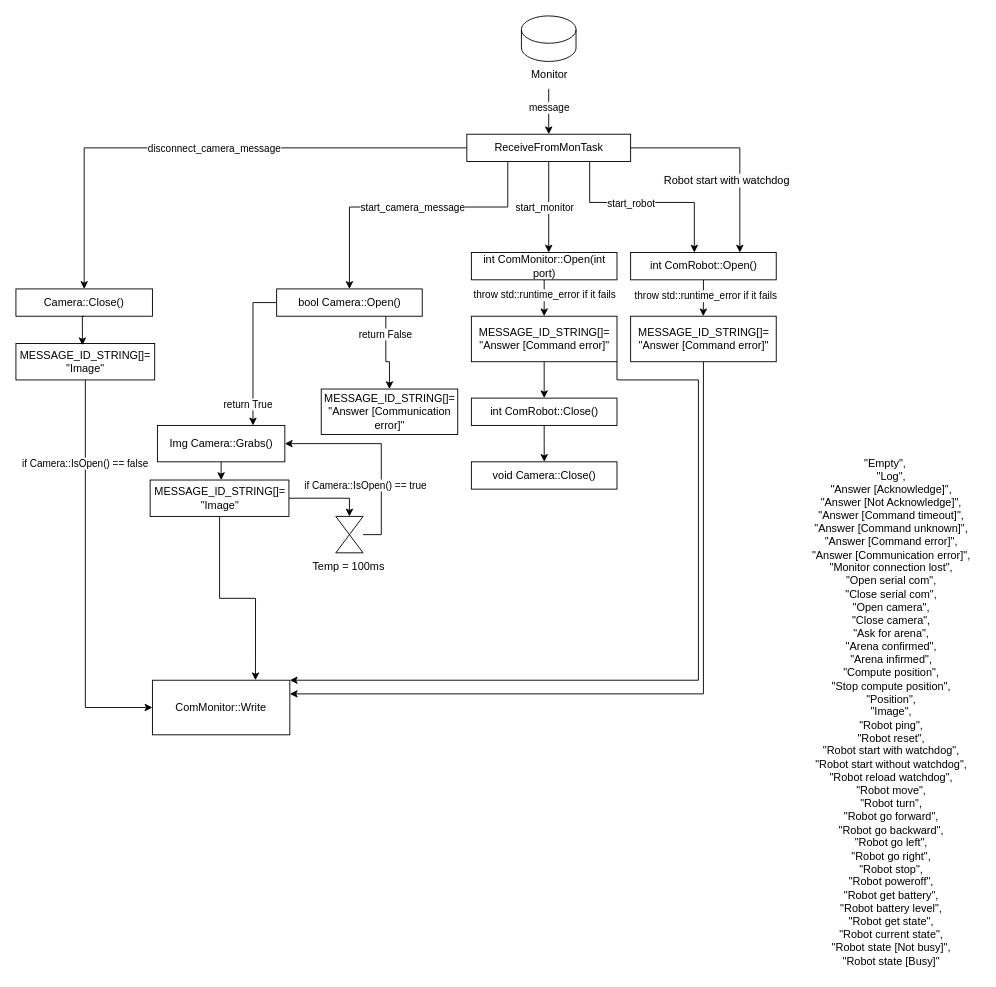
Earlier version of the draw.io diagram page "Page-2" (2 of 2) of Diagrama sem nome.drawio (Ruba008/BE_temps_reel). Source tidied: cells renumbered, new cells numbered last; positions are measured from the earlier drawing's top-left corner, leaving out a move shared by most shapes. Both pictures are drawn from the tidied source at 91%, with x=0, y=0 at pixel (15, 15).
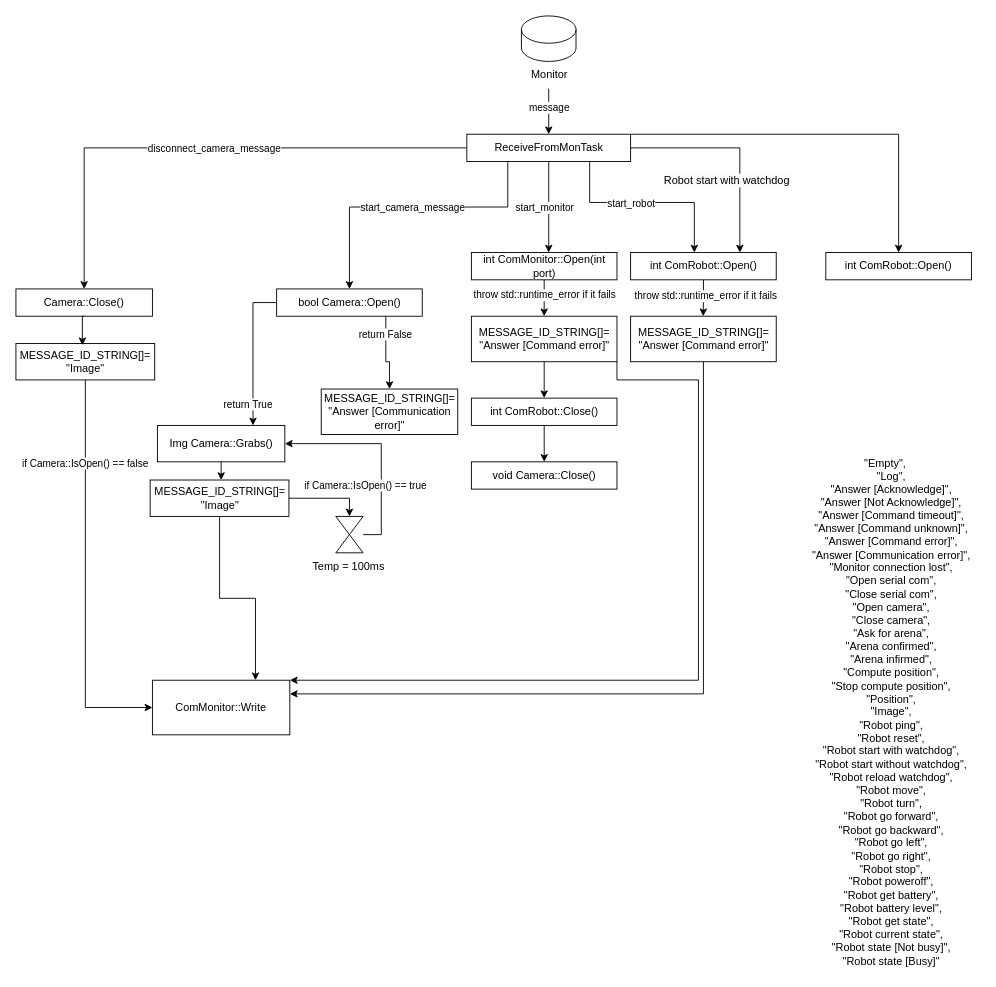
After the change.

The change refers to these unchanged cells:
```xml
<mxCell id="10" value="ReceiveFromMonTask" style="rounded=0;whiteSpace=wrap;html=1;" parent="1" vertex="1">
  <mxGeometry x="495.5" y="130" width="180" height="30" as="geometry" />
</mxCell>
```

The edit, as a diff of the source:
```diff
@@
+    <mxCell id="55" style="edgeStyle=orthogonalEdgeStyle;rounded=0;jettySize=auto;html=1;exitX=1;exitY=0;exitDx=0;exitDy=0;entryX=0.5;entryY=0;entryDx=0;entryDy=0;" parent="1" edge="1" source="10" target="56">
+      <mxGeometry relative="1" as="geometry">
+        <Array as="points">
+          <mxPoint x="970" y="130" />
+        </Array>
+      </mxGeometry>
+    </mxCell>
@@
+    <mxCell id="56" value="int ComRobot::Open()" style="whiteSpace=wrap;html=1;" parent="1" vertex="1">
+      <mxGeometry x="890" y="260" width="160" height="30" as="geometry" />
+    </mxCell>
```
